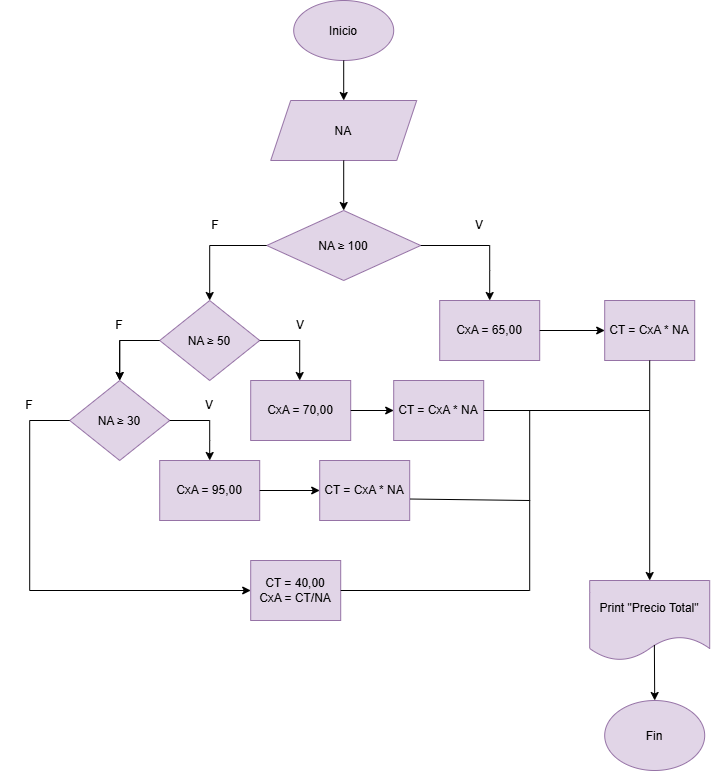
Gavsxgh/Unidad_2_Algoritmos keeps this draw.io diagram as Imagenes/Diagrama6.png. Above is the earlier version. Source tidied: cells renumbered, new cells last; positions are measured from the earlier drawing's top-left corner, leaving out a move shared by most shapes. Source of this version:
```xml
<mxGraphModel>
  <root>
    <mxCell id="0" />
    <mxCell id="1" parent="0" />
    <mxCell id="2" value="Inicio" style="ellipse;whiteSpace=wrap;html=1;shapeInside=1;fillColor=#e1d5e7;strokeColor=#9673a6;" parent="1" vertex="1">
      <mxGeometry x="294" width="100" height="60" as="geometry" />
    </mxCell>
    <mxCell id="3" style="endArrow=classic;html=1;rounded=0;exitX=0.5;exitY=1;exitDx=0;exitDy=0;" parent="1" edge="1" source="2">
      <mxGeometry relative="1" as="geometry">
        <mxPoint x="344" y="100" as="targetPoint" />
      </mxGeometry>
    </mxCell>
    <mxCell id="4" value="NA" style="shape=parallelogram;perimeter=parallelogramPerimeter;whiteSpace=wrap;html=1;shapeInside=1;fixedSize=1;fillColor=#e1d5e7;strokeColor=#9673a6;" parent="1" vertex="1">
      <mxGeometry x="271" y="100" width="146" height="60" as="geometry" />
    </mxCell>
    <mxCell id="5" value="NA ≥ 100" style="rhombus;whiteSpace=wrap;html=1;shapeInside=1;fillColor=#e1d5e7;strokeColor=#9673a6;" parent="1" vertex="1">
      <mxGeometry x="267" y="210" width="154" height="70" as="geometry" />
    </mxCell>
    <mxCell id="6" style="endArrow=classic;html=1;rounded=0;exitX=0;exitY=0.5;exitDx=0;exitDy=0;" parent="1" edge="1" source="5">
      <mxGeometry relative="1" as="geometry">
        <mxPoint x="210" y="300" as="targetPoint" />
        <Array as="points">
          <mxPoint x="210" y="245" />
        </Array>
      </mxGeometry>
    </mxCell>
    <mxCell id="7" value="F" style="text;html=1;whiteSpace=wrap;strokeColor=none;fillColor=none;align=center;verticalAlign=middle;rounded=0;" parent="1" vertex="1">
      <mxGeometry x="186" y="210" width="60" height="30" as="geometry" />
    </mxCell>
    <mxCell id="8" style="endArrow=classic;html=1;rounded=0;exitX=1;exitY=0.5;exitDx=0;exitDy=0;" parent="1" edge="1" source="5">
      <mxGeometry relative="1" as="geometry">
        <mxPoint x="490" y="300" as="targetPoint" />
        <Array as="points">
          <mxPoint x="490" y="245" />
          <mxPoint x="490" y="270" />
        </Array>
      </mxGeometry>
    </mxCell>
    <mxCell id="9" value="V" style="text;html=1;whiteSpace=wrap;strokeColor=none;fillColor=none;align=center;verticalAlign=middle;rounded=0;" parent="1" vertex="1">
      <mxGeometry x="450" y="210" width="60" height="30" as="geometry" />
    </mxCell>
    <mxCell id="10" value="NA ≥ 50" style="rhombus;whiteSpace=wrap;html=1;shapeInside=1;fillColor=#e1d5e7;strokeColor=#9673a6;" parent="1" vertex="1">
      <mxGeometry x="160" y="300" width="100" height="80" as="geometry" />
    </mxCell>
    <mxCell id="11" style="endArrow=classic;html=1;rounded=0;exitX=0;exitY=0.5;exitDx=0;exitDy=0;" parent="1" edge="1" source="10">
      <mxGeometry relative="1" as="geometry">
        <mxPoint x="120" y="380" as="targetPoint" />
        <Array as="points">
          <mxPoint x="120" y="340" />
        </Array>
      </mxGeometry>
    </mxCell>
    <mxCell id="12" style="endArrow=classic;html=1;rounded=0;exitX=1;exitY=0.5;exitDx=0;exitDy=0;" parent="1" edge="1">
      <mxGeometry relative="1" as="geometry">
        <mxPoint x="260" y="340" as="sourcePoint" />
        <mxPoint x="300" y="380" as="targetPoint" />
        <Array as="points">
          <mxPoint x="300" y="340" />
        </Array>
      </mxGeometry>
    </mxCell>
    <mxCell id="13" style="edgeStyle=orthogonalEdgeStyle;rounded=0;jettySize=auto;html=1;" parent="1" edge="1" source="14" target="16">
      <mxGeometry relative="1" as="geometry" />
    </mxCell>
    <mxCell id="14" value="F" style="text;html=1;whiteSpace=wrap;strokeColor=none;fillColor=none;align=center;verticalAlign=middle;rounded=0;" parent="1" vertex="1">
      <mxGeometry x="90" y="310" width="60" height="30" as="geometry" />
    </mxCell>
    <mxCell id="15" value="V" style="text;html=1;whiteSpace=wrap;strokeColor=none;fillColor=none;align=center;verticalAlign=middle;rounded=0;" parent="1" vertex="1">
      <mxGeometry x="271" y="310" width="60" height="30" as="geometry" />
    </mxCell>
    <mxCell id="16" value="NA ≥ 30" style="rhombus;whiteSpace=wrap;html=1;shapeInside=1;fillColor=#e1d5e7;strokeColor=#9673a6;" parent="1" vertex="1">
      <mxGeometry x="70" y="380" width="100" height="80" as="geometry" />
    </mxCell>
    <mxCell id="17" style="endArrow=classic;html=1;rounded=0;exitX=0;exitY=0.5;exitDx=0;exitDy=0;" parent="1" edge="1" target="31">
      <mxGeometry relative="1" as="geometry">
        <mxPoint x="70" y="420" as="sourcePoint" />
        <Array as="points">
          <mxPoint x="30" y="420" />
          <mxPoint x="30" y="590" />
        </Array>
      </mxGeometry>
    </mxCell>
    <mxCell id="18" style="endArrow=classic;html=1;rounded=0;exitX=1;exitY=0.5;exitDx=0;exitDy=0;" parent="1" edge="1">
      <mxGeometry relative="1" as="geometry">
        <mxPoint x="170" y="420" as="sourcePoint" />
        <mxPoint x="210" y="460" as="targetPoint" />
        <Array as="points">
          <mxPoint x="210" y="420" />
          <mxPoint x="210" y="440" />
        </Array>
      </mxGeometry>
    </mxCell>
    <mxCell id="19" value="F" style="text;html=1;whiteSpace=wrap;strokeColor=none;fillColor=none;align=center;verticalAlign=middle;rounded=0;" parent="1" vertex="1">
      <mxGeometry y="390" width="60" height="30" as="geometry" />
    </mxCell>
    <mxCell id="20" value="V" style="text;html=1;whiteSpace=wrap;strokeColor=none;fillColor=none;align=center;verticalAlign=middle;rounded=0;" parent="1" vertex="1">
      <mxGeometry x="180" y="390" width="60" height="30" as="geometry" />
    </mxCell>
    <mxCell id="21" value="CxA = 65,00" style="rounded=0;whiteSpace=wrap;html=1;fillColor=#e1d5e7;strokeColor=#9673a6;" parent="1" vertex="1">
      <mxGeometry x="440" y="300" width="100" height="60" as="geometry" />
    </mxCell>
    <mxCell id="22" value="CT = CxA * NA" style="rounded=0;whiteSpace=wrap;html=1;fillColor=#e1d5e7;strokeColor=#9673a6;" parent="1" vertex="1">
      <mxGeometry x="605" y="300" width="90" height="60" as="geometry" />
    </mxCell>
    <mxCell id="23" style="endArrow=classic;html=1;rounded=0;exitX=1;exitY=0.5;exitDx=0;exitDy=0;entryX=0;entryY=0.5;entryDx=0;entryDy=0;" parent="1" edge="1" source="21" target="22">
      <mxGeometry relative="1" as="geometry" />
    </mxCell>
    <mxCell id="24" value="Print &quot;Precio Total&quot;" style="shape=document;whiteSpace=wrap;html=1;boundedLbl=1;fillColor=#e1d5e7;strokeColor=#9673a6;" parent="1" vertex="1">
      <mxGeometry x="590" y="580" width="120" height="80" as="geometry" />
    </mxCell>
    <mxCell id="25" value="CxA = 70,00" style="rounded=0;whiteSpace=wrap;html=1;fillColor=#e1d5e7;strokeColor=#9673a6;" parent="1" vertex="1">
      <mxGeometry x="251" y="380" width="100" height="60" as="geometry" />
    </mxCell>
    <mxCell id="26" value="CT = CxA * NA" style="rounded=0;whiteSpace=wrap;html=1;fillColor=#e1d5e7;strokeColor=#9673a6;" parent="1" vertex="1">
      <mxGeometry x="394" y="380" width="90" height="60" as="geometry" />
    </mxCell>
    <mxCell id="27" style="endArrow=classic;html=1;rounded=0;exitX=1;exitY=0.5;exitDx=0;exitDy=0;entryX=0;entryY=0.5;entryDx=0;entryDy=0;" parent="1" edge="1" source="25" target="26">
      <mxGeometry relative="1" as="geometry" />
    </mxCell>
    <mxCell id="28" value="CxA = 95,00" style="rounded=0;whiteSpace=wrap;html=1;fillColor=#e1d5e7;strokeColor=#9673a6;" parent="1" vertex="1">
      <mxGeometry x="160" y="460" width="100" height="60" as="geometry" />
    </mxCell>
    <mxCell id="29" value="CT = CxA * NA" style="rounded=0;whiteSpace=wrap;html=1;fillColor=#e1d5e7;strokeColor=#9673a6;" parent="1" vertex="1">
      <mxGeometry x="320" y="460" width="90" height="60" as="geometry" />
    </mxCell>
    <mxCell id="30" style="endArrow=classic;html=1;rounded=0;exitX=1;exitY=0.5;exitDx=0;exitDy=0;entryX=0;entryY=0.5;entryDx=0;entryDy=0;" parent="1" edge="1" source="28" target="29">
      <mxGeometry relative="1" as="geometry" />
    </mxCell>
    <mxCell id="31" value="CT = 40,00&lt;div&gt;CxA = CT/NA&lt;/div&gt;" style="rounded=0;whiteSpace=wrap;html=1;fillColor=#e1d5e7;strokeColor=#9673a6;" parent="1" vertex="1">
      <mxGeometry x="251" y="560" width="90" height="60" as="geometry" />
    </mxCell>
    <mxCell id="32" style="endArrow=none;html=1;rounded=0;exitX=1;exitY=0.5;exitDx=0;exitDy=0;endFill=0;" parent="1" edge="1" source="31">
      <mxGeometry relative="1" as="geometry">
        <mxPoint x="530" y="500" as="targetPoint" />
        <Array as="points">
          <mxPoint x="530" y="590" />
        </Array>
      </mxGeometry>
    </mxCell>
    <mxCell id="33" style="endArrow=classic;html=1;rounded=0;exitX=0.5;exitY=1;exitDx=0;exitDy=0;entryX=0.5;entryY=0;entryDx=0;entryDy=0;" parent="1" edge="1" source="22" target="24">
      <mxGeometry relative="1" as="geometry" />
    </mxCell>
    <mxCell id="34" style="endArrow=none;html=1;rounded=0;exitX=1;exitY=0.5;exitDx=0;exitDy=0;endFill=0;" parent="1" edge="1" source="26">
      <mxGeometry relative="1" as="geometry">
        <mxPoint x="650" y="410" as="targetPoint" />
      </mxGeometry>
    </mxCell>
    <mxCell id="35" style="endArrow=none;html=1;rounded=0;exitX=1.007;exitY=0.642;exitDx=0;exitDy=0;exitPerimeter=0;endFill=0;" parent="1" edge="1" source="29">
      <mxGeometry relative="1" as="geometry">
        <mxPoint x="530" y="410" as="targetPoint" />
        <Array as="points">
          <mxPoint x="530" y="500" />
        </Array>
      </mxGeometry>
    </mxCell>
    <mxCell id="36" value="Fin" style="ellipse;whiteSpace=wrap;html=1;shapeInside=1;fillColor=#e1d5e7;strokeColor=#9673a6;" parent="1" vertex="1">
      <mxGeometry x="605" y="700" width="100" height="70" as="geometry" />
    </mxCell>
    <mxCell id="37" style="endArrow=classic;html=1;rounded=0;exitX=0.539;exitY=0.806;exitDx=0;exitDy=0;exitPerimeter=0;entryX=0.5;entryY=0;entryDx=0;entryDy=0;" parent="1" edge="1" source="24" target="36">
      <mxGeometry relative="1" as="geometry" />
    </mxCell>
    <mxCell id="38" style="endArrow=classic;html=1;rounded=0;exitX=0.5;exitY=1;exitDx=0;exitDy=0;entryX=0.5;entryY=0;entryDx=0;entryDy=0;" parent="1" edge="1" source="4" target="5">
      <mxGeometry relative="1" as="geometry" />
    </mxCell>
  </root>
</mxGraphModel>
```
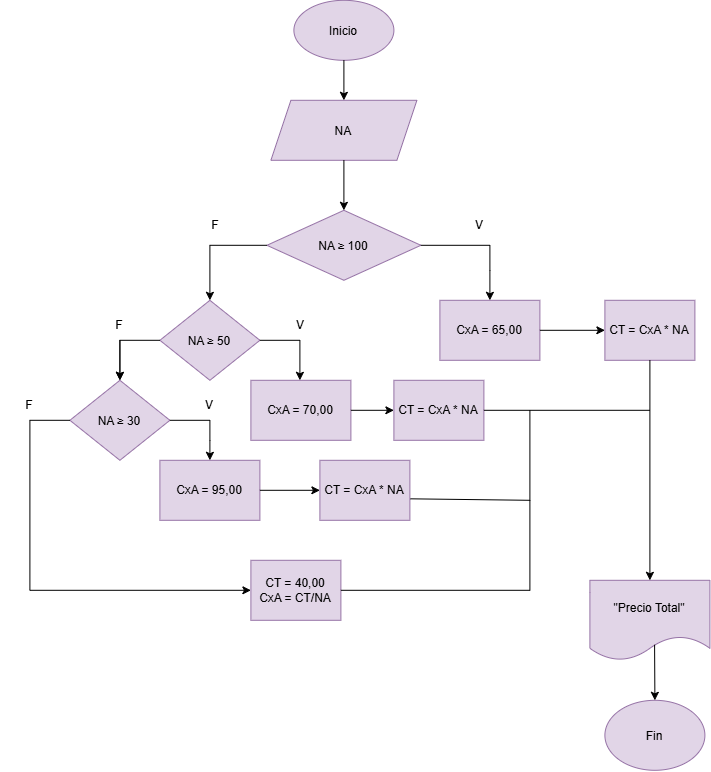
The same diagram one commit later.

The edit, as a diff of the source:
```diff
@@ -105,7 +105,7 @@
     <mxCell id="23" style="endArrow=classic;html=1;rounded=0;exitX=1;exitY=0.5;exitDx=0;exitDy=0;entryX=0;entryY=0.5;entryDx=0;entryDy=0;" parent="1" edge="1" source="21" target="22">
       <mxGeometry relative="1" as="geometry" />
     </mxCell>
-    <mxCell id="24" value="Print &quot;Precio Total&quot;" style="shape=document;whiteSpace=wrap;html=1;boundedLbl=1;fillColor=#e1d5e7;strokeColor=#9673a6;" parent="1" vertex="1">
+    <mxCell id="24" value="&quot;Precio Total&quot;" style="shape=document;whiteSpace=wrap;html=1;boundedLbl=1;fillColor=#e1d5e7;strokeColor=#9673a6;" parent="1" vertex="1">
       <mxGeometry x="590" y="580" width="120" height="80" as="geometry" />
     </mxCell>
     <mxCell id="25" value="CxA = 70,00" style="rounded=0;whiteSpace=wrap;html=1;fillColor=#e1d5e7;strokeColor=#9673a6;" parent="1" vertex="1">
```
